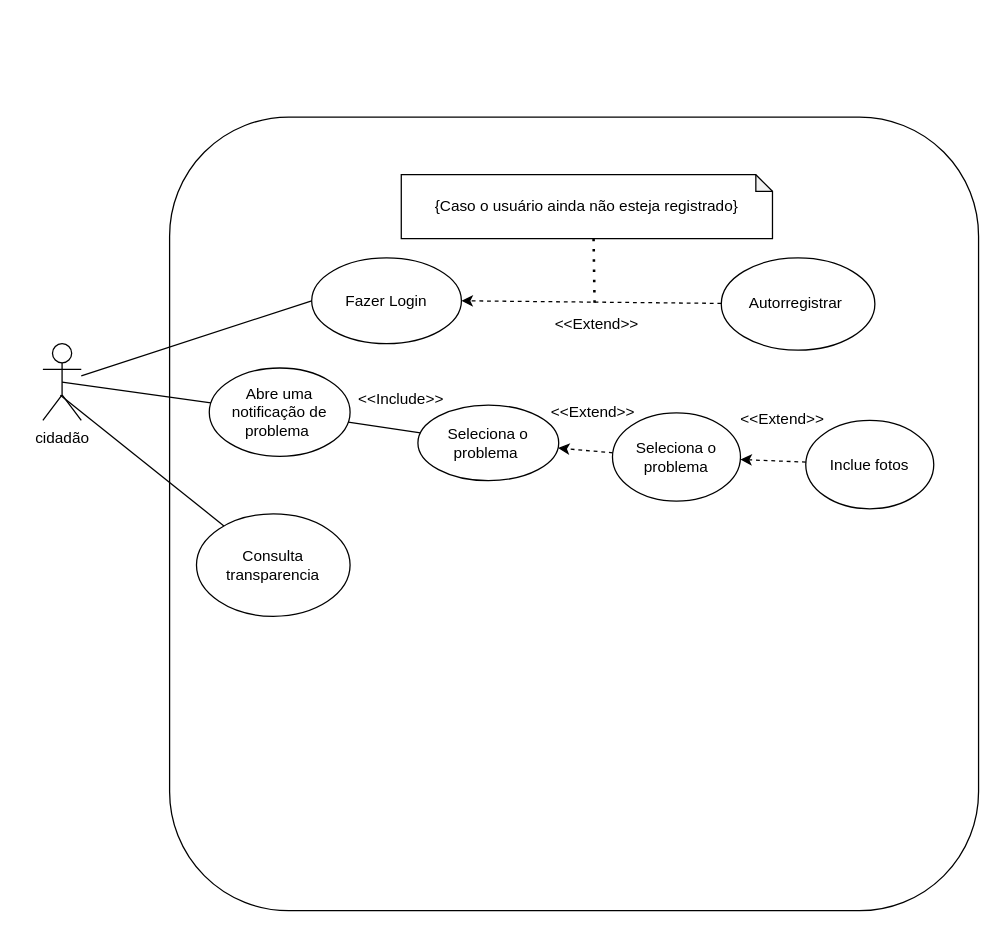
Above: diagramas/caso_de_uso.drawio in PuraFome/AEP-Segundo-Semestre-2022 (draw.io), before the change. Source tidied: cells renumbered, new cells numbered last; positions are measured from the earlier drawing's top-left corner, leaving out a move shared by most shapes. Both pictures are drawn from the tidied source at 128%, with x=0, y=0 at pixel (42, 116).
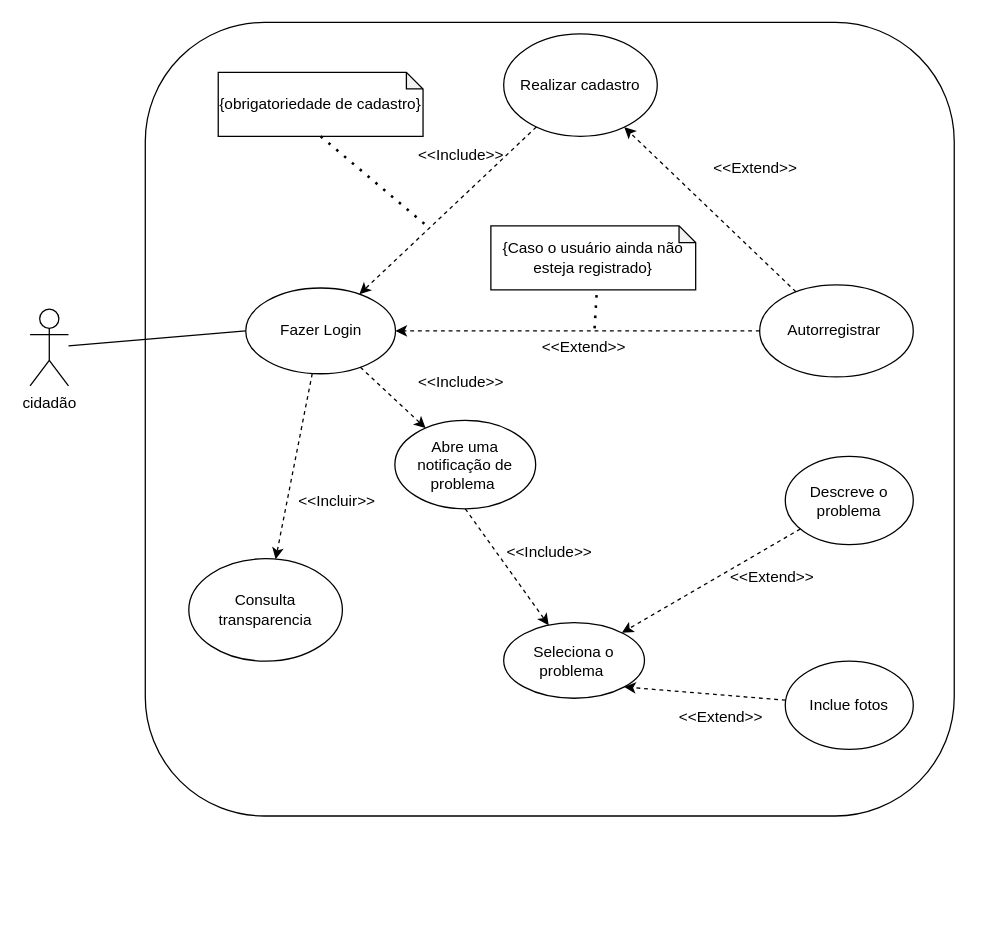
Above is the later version.

Diff of the diagram source:
```diff
@@
     <mxCell id="2" style="rounded=1;whiteSpace=wrap;html=1;" parent="1" vertex="1">
-      <mxGeometry x="99" width="632" height="620" as="geometry" />
+      <mxGeometry x="80" y="-74" width="632" height="620" as="geometry" />
     </mxCell>
@@
     <mxCell id="4" value="cidadão&lt;br&gt;" style="shape=umlActor;verticalLabelPosition=bottom;verticalAlign=top;html=1;" parent="1" vertex="1">
-      <mxGeometry y="177" width="30" height="60" as="geometry" />
+      <mxGeometry x="-10" y="150" width="30" height="60" as="geometry" />
     </mxCell>
-    <mxCell id="5" value="Seleciona o problema" style="ellipse;whiteSpace=wrap;html=1;" parent="1" vertex="1">
-      <mxGeometry x="445" y="231" width="100" height="69" as="geometry" />
+    <mxCell id="5" value="Descreve o problema" style="ellipse;whiteSpace=wrap;html=1;" parent="1" vertex="1">
+      <mxGeometry x="580" y="265" width="100" height="69" as="geometry" />
     </mxCell>
-    <mxCell id="6" style="edgeStyle=none;rounded=0;jettySize=auto;html=1;endArrow=none;endFill=0;exitX=0.456;exitY=0.672;exitDx=0;exitDy=0;exitPerimeter=0;" parent="1" edge="1" source="4" target="7">
-      <mxGeometry relative="1" as="geometry" />
-    </mxCell>
     <mxCell id="7" value="Consulta transparencia" style="ellipse;whiteSpace=wrap;html=1;" parent="1" vertex="1">
-      <mxGeometry x="120" y="310" width="120" height="80" as="geometry" />
+      <mxGeometry x="114" y="345" width="120" height="80" as="geometry" />
     </mxCell>
     <mxCell id="8" value="&amp;lt;&amp;lt;Extend&amp;gt;&amp;gt;" style="text;html=1;strokeColor=none;fillColor=none;align=center;verticalAlign=middle;whiteSpace=wrap;rounded=0;" parent="1" vertex="1">
-      <mxGeometry x="403" y="147" width="60" height="30" as="geometry" />
+      <mxGeometry x="393" y="165" width="60" height="30" as="geometry" />
     </mxCell>
     <mxCell id="9" value="Abre uma notificação de problema&amp;nbsp;" style="ellipse;whiteSpace=wrap;html=1;" parent="1" vertex="1">
-      <mxGeometry x="130" y="196" width="110" height="69" as="geometry" />
+      <mxGeometry x="275" y="237" width="110" height="69" as="geometry" />
     </mxCell>
-    <mxCell id="10" style="endArrow=none;html=1;rounded=0;exitX=0.5;exitY=0.5;exitDx=0;exitDy=0;exitPerimeter=0;" parent="1" edge="1" source="4" target="9">
-      <mxGeometry relative="1" as="geometry" />
-    </mxCell>
     <mxCell id="11" value="Autorregistrar&amp;nbsp;" style="ellipse;whiteSpace=wrap;html=1;" parent="1" vertex="1">
-      <mxGeometry x="530" y="110" width="120" height="72" as="geometry" />
+      <mxGeometry x="560" y="131" width="120" height="72" as="geometry" />
     </mxCell>
     <mxCell id="12" value="Fazer Login" style="ellipse;whiteSpace=wrap;html=1;" parent="1" vertex="1">
-      <mxGeometry x="210" y="110" width="117" height="67" as="geometry" />
+      <mxGeometry x="158.5" y="133.5" width="117" height="67" as="geometry" />
     </mxCell>
     <mxCell id="13" value="{Caso o usuário ainda não esteja registrado}" style="shape=note;whiteSpace=wrap;html=1;backgroundOutline=1;darkOpacity=0.05;size=13;" parent="1" vertex="1">
-      <mxGeometry x="280" y="45" width="290" height="50" as="geometry" />
+      <mxGeometry x="350" y="85" width="160" height="50" as="geometry" />
     </mxCell>
     <mxCell id="14" style="endArrow=none;dashed=1;html=1;dashPattern=1 3;strokeWidth=2;rounded=0;entryX=0.518;entryY=0.98;entryDx=0;entryDy=0;entryPerimeter=0;" parent="1" edge="1" target="13">
       <mxGeometry relative="1" as="geometry">
-        <mxPoint x="431" y="145" as="sourcePoint" />
+        <mxPoint x="431" y="165" as="sourcePoint" />
       </mxGeometry>
     </mxCell>
@@
     <mxCell id="16" value="Seleciona o problema&amp;nbsp;" style="ellipse;whiteSpace=wrap;html=1;" parent="1" vertex="1">
-      <mxGeometry x="293" y="225" width="110" height="59" as="geometry" />
+      <mxGeometry x="360" y="395" width="110" height="59" as="geometry" />
     </mxCell>
-    <mxCell id="17" style="endArrow=none;html=1;rounded=0;" parent="1" edge="1" source="9" target="16">
-      <mxGeometry relative="1" as="geometry" />
-    </mxCell>
     <mxCell id="18" value="&amp;lt;&amp;lt;Include&amp;gt;&amp;gt;" style="text;html=1;strokeColor=none;fillColor=none;align=center;verticalAlign=middle;whiteSpace=wrap;rounded=0;" parent="1" vertex="1">
-      <mxGeometry x="250" y="206" width="60" height="30" as="geometry" />
+      <mxGeometry x="366" y="325" width="60" height="30" as="geometry" />
     </mxCell>
-    <mxCell id="19" value="&amp;lt;&amp;lt;Extend&amp;gt;&amp;gt;" style="text;html=1;strokeColor=none;fillColor=none;align=center;verticalAlign=middle;whiteSpace=wrap;rounded=0;" parent="1" vertex="1">
-      <mxGeometry x="400" y="216" width="60" height="30" as="geometry" />
-    </mxCell>
@@
     <mxCell id="21" value="Inclue fotos" style="ellipse;whiteSpace=wrap;html=1;" parent="1" vertex="1">
-      <mxGeometry x="596" y="237" width="100" height="69" as="geometry" />
+      <mxGeometry x="580" y="425" width="100" height="69" as="geometry" />
     </mxCell>
-    <mxCell id="22" style="endArrow=classic;html=1;rounded=0;dashed=1;" parent="1" edge="1" source="21" target="5">
+    <mxCell id="22" style="endArrow=classic;html=1;rounded=0;dashed=1;entryX=1;entryY=1;entryDx=0;entryDy=0;" parent="1" edge="1" source="21" target="16">
       <mxGeometry relative="1" as="geometry" />
     </mxCell>
     <mxCell id="23" value="&amp;lt;&amp;lt;Extend&amp;gt;&amp;gt;" style="text;html=1;strokeColor=none;fillColor=none;align=center;verticalAlign=middle;whiteSpace=wrap;rounded=0;" parent="1" vertex="1">
-      <mxGeometry x="548" y="221" width="60" height="30" as="geometry" />
+      <mxGeometry x="540" y="345" width="60" height="30" as="geometry" />
     </mxCell>
@@
+    <mxCell id="25" value="Realizar cadastro" style="ellipse;whiteSpace=wrap;html=1;" parent="1" vertex="1">
+      <mxGeometry x="360" y="-65" width="120" height="80" as="geometry" />
+    </mxCell>
+    <mxCell id="26" style="endArrow=classic;html=1;rounded=0;dashed=1;" parent="1" edge="1" source="11" target="25">
+      <mxGeometry relative="1" as="geometry" />
+    </mxCell>
+    <mxCell id="27" value="&amp;lt;&amp;lt;Extend&amp;gt;&amp;gt;" style="text;html=1;strokeColor=none;fillColor=none;align=center;verticalAlign=middle;whiteSpace=wrap;rounded=0;" parent="1" vertex="1">
+      <mxGeometry x="527" y="25" width="60" height="30" as="geometry" />
+    </mxCell>
+    <mxCell id="28" value="{obrigatoriedade de cadastro}" style="shape=note;whiteSpace=wrap;html=1;backgroundOutline=1;darkOpacity=0.05;size=13;" parent="1" vertex="1">
+      <mxGeometry x="137" y="-35" width="160" height="50" as="geometry" />
+    </mxCell>
+    <mxCell id="29" style="endArrow=classic;html=1;rounded=0;dashed=1;" parent="1" edge="1" source="25" target="12">
+      <mxGeometry relative="1" as="geometry" />
+    </mxCell>
+    <mxCell id="30" value="&amp;lt;&amp;lt;Include&amp;gt;&amp;gt;" style="text;html=1;strokeColor=none;fillColor=none;align=center;verticalAlign=middle;whiteSpace=wrap;rounded=0;" parent="1" vertex="1">
+      <mxGeometry x="297" y="15" width="60" height="30" as="geometry" />
+    </mxCell>
+    <mxCell id="31" value="&amp;lt;&amp;lt;Include&amp;gt;&amp;gt;" style="text;html=1;strokeColor=none;fillColor=none;align=center;verticalAlign=middle;whiteSpace=wrap;rounded=0;" parent="1" vertex="1">
+      <mxGeometry x="297" y="192" width="60" height="30" as="geometry" />
+    </mxCell>
+    <mxCell id="32" value="&amp;lt;&amp;lt;Incluir&amp;gt;&amp;gt;" style="text;html=1;strokeColor=none;fillColor=none;align=center;verticalAlign=middle;whiteSpace=wrap;rounded=0;" parent="1" vertex="1">
+      <mxGeometry x="200" y="284.5" width="60" height="30" as="geometry" />
+    </mxCell>
+    <mxCell id="17" style="endArrow=classic;html=1;rounded=0;exitX=0.5;exitY=1;exitDx=0;exitDy=0;dashed=1;" parent="1" edge="1" source="9" target="16">
+      <mxGeometry relative="1" as="geometry" />
+    </mxCell>
+    <mxCell id="33" style="endArrow=classic;html=1;rounded=0;dashed=1;" parent="1" edge="1" source="12" target="9">
+      <mxGeometry relative="1" as="geometry" />
+    </mxCell>
+    <mxCell id="34" style="endArrow=classic;html=1;rounded=0;dashed=1;" parent="1" edge="1" source="12" target="7">
+      <mxGeometry relative="1" as="geometry" />
+    </mxCell>
+    <mxCell id="35" value="&amp;lt;&amp;lt;Extend&amp;gt;&amp;gt;" style="text;html=1;strokeColor=none;fillColor=none;align=center;verticalAlign=middle;whiteSpace=wrap;rounded=0;" parent="1" vertex="1">
+      <mxGeometry x="500" y="454" width="60" height="30" as="geometry" />
+    </mxCell>
+    <mxCell id="36" style="endArrow=none;dashed=1;html=1;dashPattern=1 3;strokeWidth=2;rounded=0;exitX=0.5;exitY=1;exitDx=0;exitDy=0;exitPerimeter=0;" parent="1" edge="1" source="28">
+      <mxGeometry relative="1" as="geometry">
+        <mxPoint x="300" y="85" as="targetPoint" />
+      </mxGeometry>
+    </mxCell>
```
